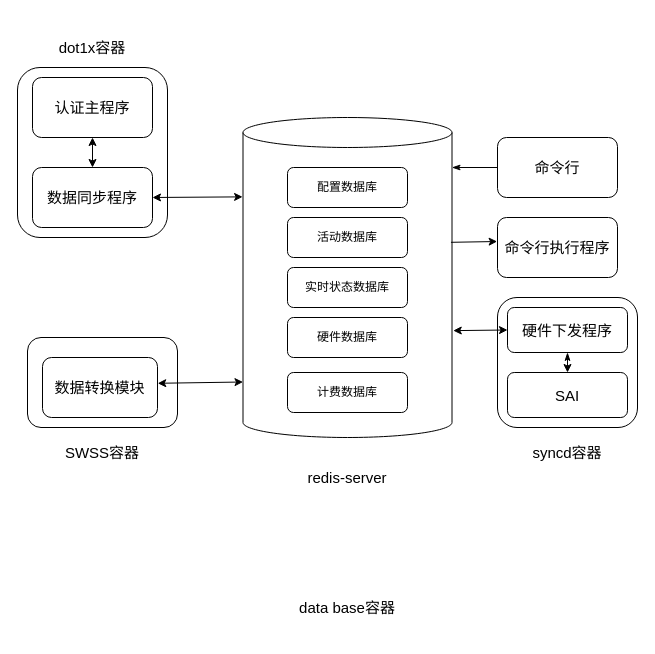
Earlier version of the draw.io diagram 系统结构图.drawio (PATORITU/PATORITU). Source tidied: cells renumbered, new cells numbered last; positions are measured from the earlier drawing's top-left corner, leaving out a move shared by most shapes. Both pictures are drawn from the tidied source at 100%, with x=0, y=0 at pixel (17, 17).
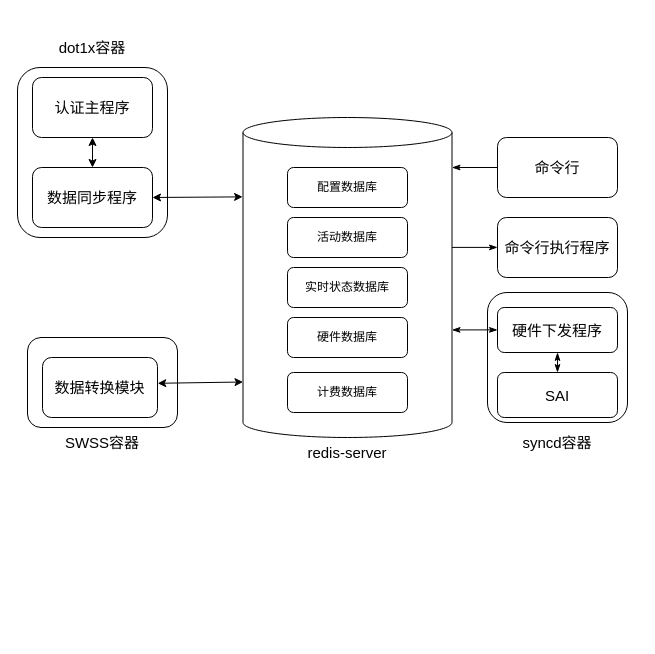
The same diagram, later.

Commit message (it also covers changes not shown here):
更新系统结构图.drawio

The change refers to these unchanged cells:
```xml
<mxCell id="6" style="shape=cylinder3;whiteSpace=wrap;html=1;boundedLbl=1;backgroundOutline=1;size=15;" parent="1" vertex="1">
  <mxGeometry x="225.5" y="100" width="209" height="320" as="geometry" />
</mxCell>
<mxCell id="10" value="&lt;span style=&quot;font-size: 15px;&quot;&gt;命令行执行程序&lt;/span&gt;" style="rounded=1;whiteSpace=wrap;html=1;" parent="1" vertex="1">
  <mxGeometry x="480" y="200" width="120" height="60" as="geometry" />
</mxCell>
```

Change to the diagram source:
```diff
@@
+    <mxCell id="29" value="&lt;span style=&quot;font-size: 15px;&quot;&gt;redis-server&lt;/span&gt;" style="rounded=0;whiteSpace=wrap;html=1;strokeColor=none;" parent="1" vertex="1">
+      <mxGeometry x="270" y="405" width="120" height="60" as="geometry" />
+    </mxCell>
     <mxCell id="2" value="&lt;font style=&quot;font-size: 15px;&quot;&gt;syncd容器&lt;/font&gt;" style="rounded=0;whiteSpace=wrap;html=1;strokeColor=none;" parent="1" vertex="1">
-      <mxGeometry x="490" y="405" width="120" height="60" as="geometry" />
+      <mxGeometry x="480" y="395" width="120" height="60" as="geometry" />
     </mxCell>
@@
     <mxCell id="4" value="&lt;font style=&quot;font-size: 15px;&quot;&gt;SWSS容器&lt;/font&gt;" style="rounded=0;whiteSpace=wrap;html=1;strokeColor=none;" parent="1" vertex="1">
-      <mxGeometry x="25" y="405" width="120" height="60" as="geometry" />
+      <mxGeometry x="25" y="395" width="120" height="60" as="geometry" />
     </mxCell>
@@
     <mxCell id="11" style="rounded=1;whiteSpace=wrap;html=1;" parent="1" vertex="1">
-      <mxGeometry x="480" y="280" width="140" height="130" as="geometry" />
+      <mxGeometry x="470" y="275" width="140" height="130" as="geometry" />
     </mxCell>
     <mxCell id="12" value="&lt;span style=&quot;font-size: 15px;&quot;&gt;硬件下发程序&lt;/span&gt;" style="rounded=1;whiteSpace=wrap;html=1;" parent="1" vertex="1">
-      <mxGeometry x="490" y="290" width="120" height="45" as="geometry" />
+      <mxGeometry x="480" y="290" width="120" height="45" as="geometry" />
     </mxCell>
     <mxCell id="13" value="&lt;span style=&quot;font-size: 15px;&quot;&gt;SAI&lt;/span&gt;" style="rounded=1;whiteSpace=wrap;html=1;" parent="1" vertex="1">
-      <mxGeometry x="490" y="355" width="120" height="45" as="geometry" />
+      <mxGeometry x="480" y="355" width="120" height="45" as="geometry" />
     </mxCell>
@@
-    <mxCell id="20" style="endArrow=classic;html=1;rounded=0;exitX=0.995;exitY=0.39;exitDx=0;exitDy=0;exitPerimeter=0;entryX=-0.003;entryY=0.4;entryDx=0;entryDy=0;entryPerimeter=0;" parent="1" edge="1" source="6" target="10">
-      <mxGeometry relative="1" as="geometry" />
-    </mxCell>
-    <mxCell id="21" style="endArrow=classic;startArrow=classic;html=1;rounded=0;exitX=1.006;exitY=0.666;exitDx=0;exitDy=0;exitPerimeter=0;entryX=0;entryY=0.5;entryDx=0;entryDy=0;" parent="1" edge="1" source="6" target="12">
-      <mxGeometry relative="1" as="geometry" />
-    </mxCell>
-    <mxCell id="22" style="endArrow=classic;html=1;rounded=0;exitX=0.5;exitY=1;exitDx=0;exitDy=0;entryX=0.5;entryY=0;entryDx=0;entryDy=0;startArrow=classicThin;startFill=1;" parent="1" edge="1" source="12" target="13">
+    <mxCell id="22" style="endArrow=classicThin;html=1;rounded=0;exitX=0.5;exitY=1;exitDx=0;exitDy=0;entryX=0.5;entryY=0;entryDx=0;entryDy=0;startArrow=classicThin;startFill=1;endFill=1;" parent="1" edge="1" source="12" target="13">
       <mxGeometry relative="1" as="geometry" />
     </mxCell>
-    <mxCell id="23" value="&lt;font style=&quot;font-size: 15px;&quot;&gt;data base容器&lt;/font&gt;" style="rounded=0;whiteSpace=wrap;html=1;strokeColor=none;" parent="1" vertex="1">
-      <mxGeometry x="270" y="560" width="120" height="60" as="geometry" />
-    </mxCell>
@@
-    <mxCell id="29" value="&lt;span style=&quot;font-size: 15px;&quot;&gt;redis-server&lt;/span&gt;" style="rounded=0;whiteSpace=wrap;html=1;strokeColor=none;" parent="1" vertex="1">
-      <mxGeometry x="270" y="430" width="120" height="60" as="geometry" />
-    </mxCell>
+    <mxCell id="30" style="endArrow=none;startArrow=classicThin;html=1;rounded=0;exitX=0;exitY=0.5;exitDx=0;exitDy=0;endFill=0;startFill=1;" parent="1" edge="1">
+      <mxGeometry relative="1" as="geometry">
+        <mxPoint x="480" y="229.9" as="sourcePoint" />
+        <mxPoint x="434.5" y="229.9" as="targetPoint" />
+      </mxGeometry>
+    </mxCell>
+    <mxCell id="31" style="endArrow=classicThin;startArrow=classicThin;html=1;rounded=0;exitX=0;exitY=0.5;exitDx=0;exitDy=0;endFill=1;startFill=1;" parent="1" edge="1">
+      <mxGeometry relative="1" as="geometry">
+        <mxPoint x="480" y="312.4" as="sourcePoint" />
+        <mxPoint x="434.5" y="312.4" as="targetPoint" />
+      </mxGeometry>
+    </mxCell>
```
